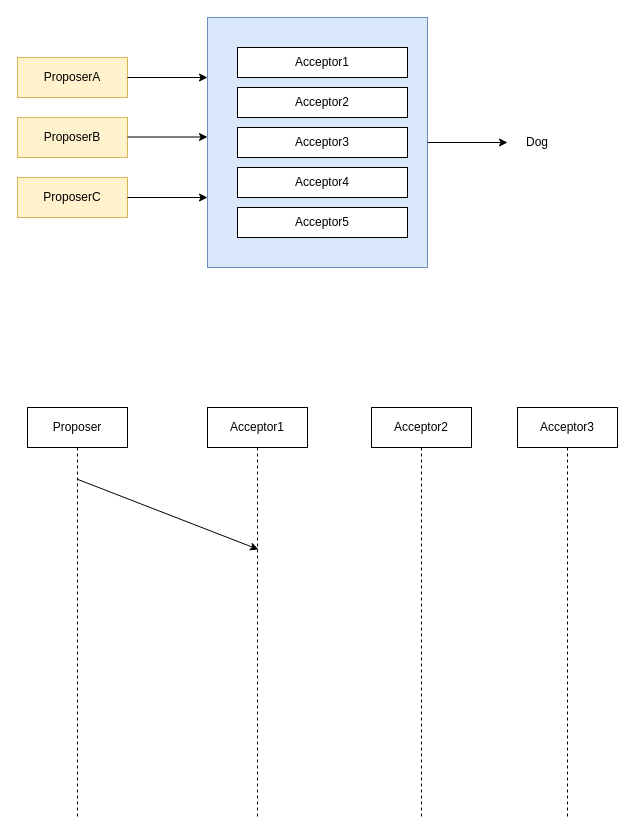
The draw.io diagram 一文弄懂分布式一致性协议Paxos/paxos.drawio in xl-xueling/mydraw, before the edit. Source tidied: cells renumbered, new cells numbered last; positions are measured from the earlier drawing's top-left corner, leaving out a move shared by most shapes. Both pictures are drawn from the tidied source at 100%, with x=0, y=0 at pixel (17, 17).
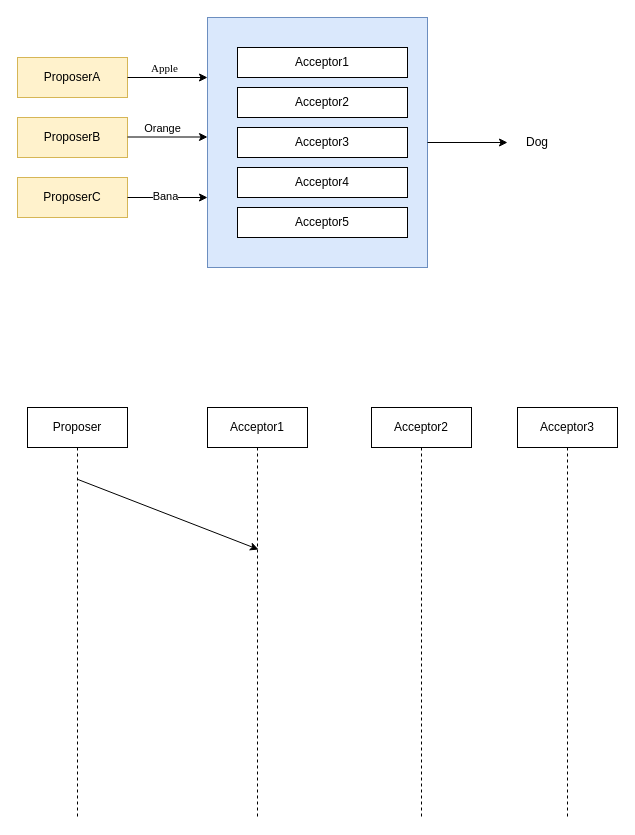
The same page after the edit.

Unchanged cells that the change refers to:
```xml
<mxCell id="17" style="endArrow=classic;html=1;rounded=0;exitX=1;exitY=0.5;exitDx=0;exitDy=0;" parent="1" edge="1">
  <mxGeometry relative="1" as="geometry">
    <mxPoint x="110" y="60" as="sourcePoint" />
    <mxPoint x="190" y="60" as="targetPoint" />
  </mxGeometry>
</mxCell>
<mxCell id="18" style="endArrow=classic;html=1;rounded=0;exitX=1;exitY=0.5;exitDx=0;exitDy=0;" parent="1" edge="1">
  <mxGeometry relative="1" as="geometry">
    <mxPoint x="110" y="119.5" as="sourcePoint" />
    <mxPoint x="190" y="119.5" as="targetPoint" />
  </mxGeometry>
</mxCell>
<mxCell id="19" style="endArrow=classic;html=1;rounded=0;exitX=1;exitY=0.5;exitDx=0;exitDy=0;" parent="1" edge="1">
  <mxGeometry relative="1" as="geometry">
    <mxPoint x="110" y="180" as="sourcePoint" />
    <mxPoint x="190" y="180" as="targetPoint" />
  </mxGeometry>
</mxCell>
```

What changed in the source:
```diff
@@
+    <mxCell id="21" value="&lt;font face=&quot;Garamond&quot;&gt;Apple&lt;/font&gt;" style="edgeLabel;html=1;align=center;verticalAlign=middle;" parent="17" vertex="1">
+      <mxGeometry x="-0.1" y="10" relative="1" as="geometry" />
+    </mxCell>
@@
+    <mxCell id="22" value="Orange" style="edgeLabel;html=1;align=center;verticalAlign=middle;" parent="18" vertex="1">
+      <mxGeometry x="-0.15" y="10" relative="1" as="geometry">
+        <mxPoint y="1" as="offset" />
+      </mxGeometry>
+    </mxCell>
@@
+    <mxCell id="23" value="Bana" style="edgeLabel;html=1;align=center;verticalAlign=middle;" parent="19" vertex="1">
+      <mxGeometry x="-0.07" y="2" relative="1" as="geometry" />
+    </mxCell>
```
